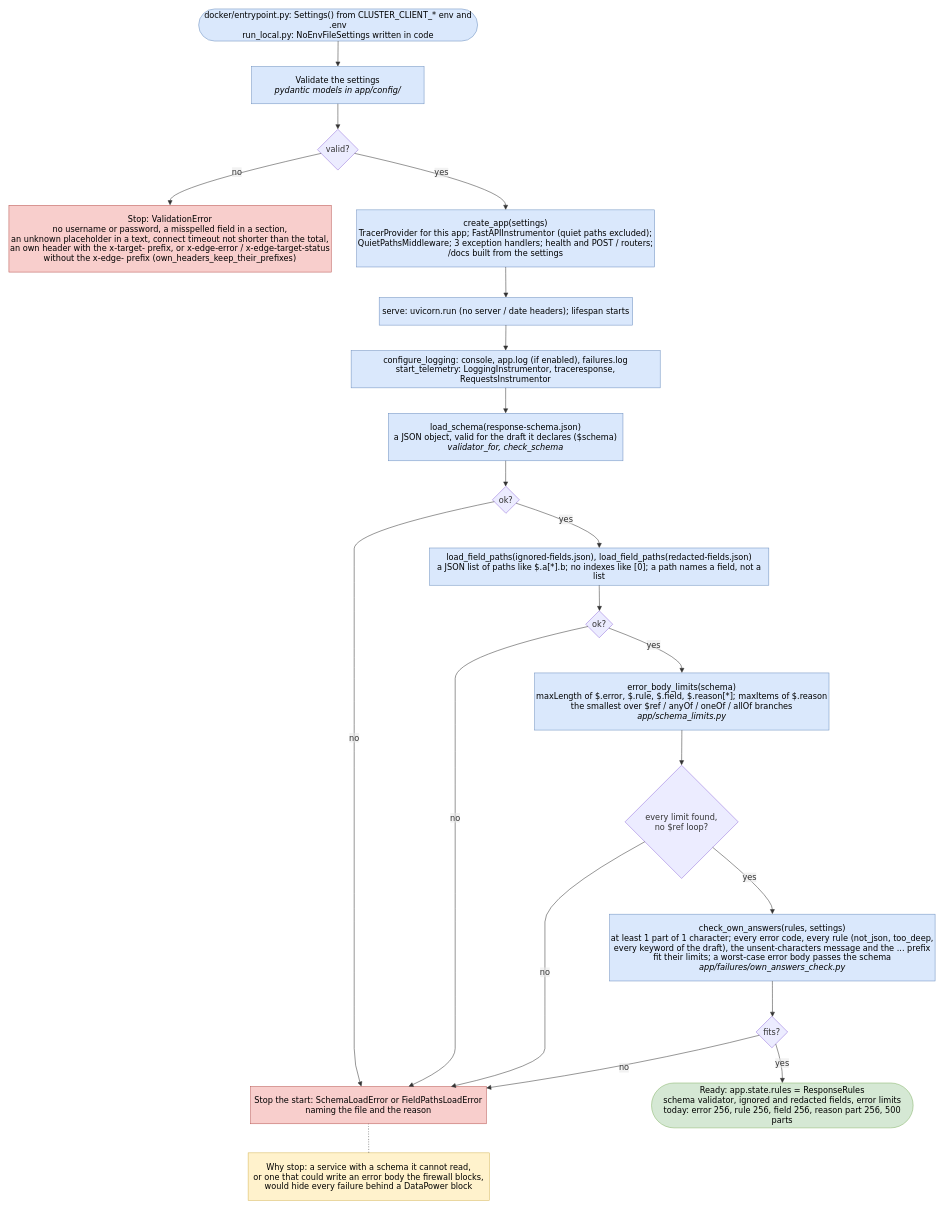
Earlier version of the draw.io diagram docs/diagrams/startup.drawio (EliShteinman/cluster-client). Source tidied: cells renumbered, new cells numbered last; positions are measured from the earlier drawing's top-left corner, leaving out a move shared by most shapes. Both pictures are drawn from the tidied source at 51%, with x=0, y=0 at pixel (9, 9).
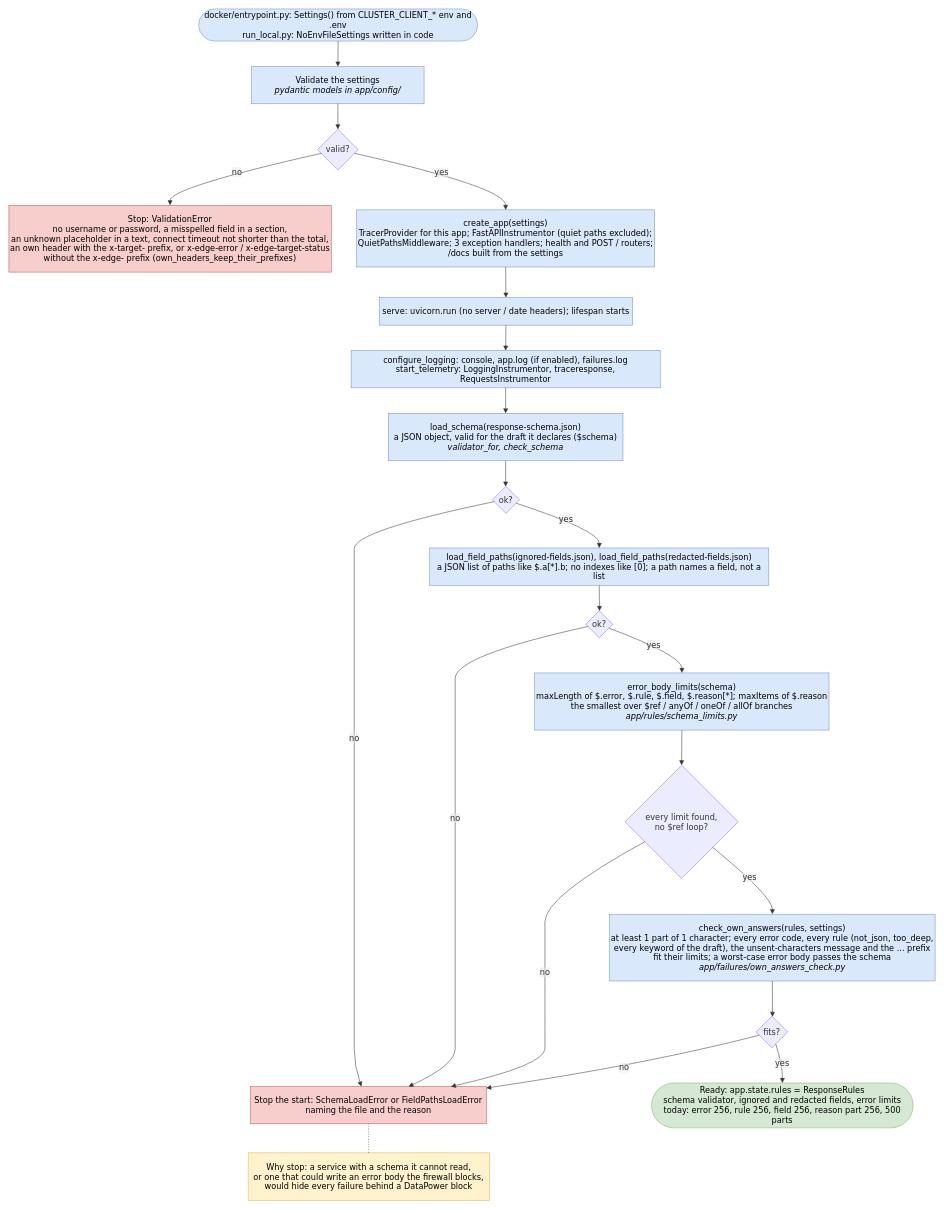
The same diagram, later.

Commit message (it also covers changes not shown here):
docs: follow the topic folders in AGENTS.md, architecture and the diagrams

Change to the diagram source:
```diff
@@
-    <mxCell id="13" value="error_body_limits(schema)&#10;maxLength of $.error, $.rule, $.field, $.reason[*]; maxItems of $.reason&#10;the smallest over $ref / anyOf / oneOf / allOf branches&#10;&lt;i&gt;app/schema_limits.py&lt;/i&gt;" style="html=1;whiteSpace=wrap;strokeWidth=1;fillColor=#dae8fc;strokeColor=#6c8ebf;fontColor=default;fontFamily=Trebuchet MS,Verdana,Arial,sans-serif;fontSize=16;" parent="1" vertex="1">
+    <mxCell id="13" value="error_body_limits(schema)&#10;maxLength of $.error, $.rule, $.field, $.reason[*]; maxItems of $.reason&#10;the smallest over $ref / anyOf / oneOf / allOf branches&#10;&lt;i&gt;app/rules/schema_limits.py&lt;/i&gt;" style="html=1;whiteSpace=wrap;strokeWidth=1;fillColor=#dae8fc;strokeColor=#6c8ebf;fontColor=default;fontFamily=Trebuchet MS,Verdana,Arial,sans-serif;fontSize=16;" parent="1" vertex="1">
       <mxGeometry x="1031" y="1302" width="577" height="112" as="geometry" />
     </mxCell>
```
